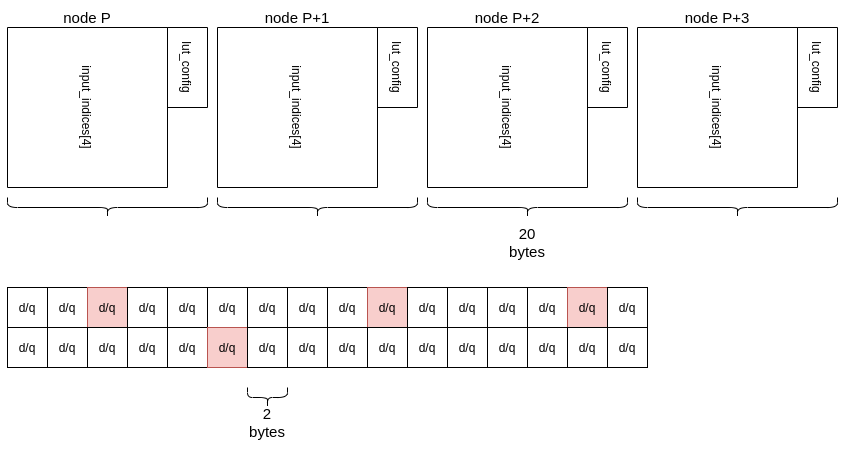
tomverbeure/tomverbeure.github.io keeps this draw.io diagram as assets/cuda_sim/smart_graph_node_allocation.png. Above is the earlier version. Source tidied: cells renumbered, new cells last; positions are measured from the earlier drawing's top-left corner, leaving out a move shared by most shapes. The source it was exported from:
```xml
<mxGraphModel>
  <root>
    <mxCell id="0" />
    <mxCell id="1" parent="0" />
    <mxCell id="2" value="node P" style="text;html=1;strokeColor=none;fillColor=none;align=center;verticalAlign=middle;whiteSpace=wrap;rounded=0;fontSize=15;" parent="1" vertex="1">
      <mxGeometry x="40" width="80" height="20" as="geometry" />
    </mxCell>
    <mxCell id="3" value="node P+1" style="text;html=1;strokeColor=none;fillColor=none;align=center;verticalAlign=middle;whiteSpace=wrap;rounded=0;fontSize=15;" parent="1" vertex="1">
      <mxGeometry x="250" width="80" height="20" as="geometry" />
    </mxCell>
    <mxCell id="4" value="node P+2" style="text;html=1;strokeColor=none;fillColor=none;align=center;verticalAlign=middle;whiteSpace=wrap;rounded=0;fontSize=15;" parent="1" vertex="1">
      <mxGeometry x="460" width="80" height="20" as="geometry" />
    </mxCell>
    <mxCell id="5" value="node P+3" style="text;html=1;strokeColor=none;fillColor=none;align=center;verticalAlign=middle;whiteSpace=wrap;rounded=0;fontSize=15;" parent="1" vertex="1">
      <mxGeometry x="670" width="80" height="20" as="geometry" />
    </mxCell>
    <mxCell id="6" style="shape=curlyBracket;whiteSpace=wrap;html=1;rounded=1;flipH=1;fontSize=15;strokeWidth=1;fillColor=none;rotation=90;" parent="1" vertex="1">
      <mxGeometry x="90" y="100" width="20" height="200" as="geometry" />
    </mxCell>
    <mxCell id="7" value="20 bytes" style="text;html=1;strokeColor=none;fillColor=none;align=center;verticalAlign=middle;whiteSpace=wrap;rounded=0;fontSize=15;" parent="1" vertex="1">
      <mxGeometry x="500" y="220" width="40" height="30" as="geometry" />
    </mxCell>
    <mxCell id="8" style="shape=curlyBracket;whiteSpace=wrap;html=1;rounded=1;flipH=1;fontSize=15;strokeWidth=1;fillColor=none;rotation=90;" parent="1" vertex="1">
      <mxGeometry x="300" y="100" width="20" height="200" as="geometry" />
    </mxCell>
    <mxCell id="9" style="shape=curlyBracket;whiteSpace=wrap;html=1;rounded=1;flipH=1;fontSize=15;strokeWidth=1;fillColor=none;rotation=90;" parent="1" vertex="1">
      <mxGeometry x="510" y="100" width="20" height="200" as="geometry" />
    </mxCell>
    <mxCell id="10" style="shape=curlyBracket;whiteSpace=wrap;html=1;rounded=1;flipH=1;fontSize=15;strokeWidth=1;fillColor=none;rotation=90;" parent="1" vertex="1">
      <mxGeometry x="720" y="100" width="20" height="200" as="geometry" />
    </mxCell>
    <mxCell id="11" value="input_indices[4]" style="rounded=0;whiteSpace=wrap;html=1;fillColor=none;rotation=90;" parent="1" vertex="1">
      <mxGeometry y="20" width="160" height="160" as="geometry" />
    </mxCell>
    <mxCell id="12" value="input_indices[4]" style="rounded=0;whiteSpace=wrap;html=1;fillColor=none;rotation=90;" parent="1" vertex="1">
      <mxGeometry x="210" y="20" width="160" height="160" as="geometry" />
    </mxCell>
    <mxCell id="13" value="input_indices[4]" style="rounded=0;whiteSpace=wrap;html=1;fillColor=none;rotation=90;" parent="1" vertex="1">
      <mxGeometry x="420" y="20" width="160" height="160" as="geometry" />
    </mxCell>
    <mxCell id="14" value="input_indices[4]" style="rounded=0;whiteSpace=wrap;html=1;fillColor=none;rotation=90;" parent="1" vertex="1">
      <mxGeometry x="630" y="20" width="160" height="160" as="geometry" />
    </mxCell>
    <mxCell id="15" value="lut_config" style="rounded=0;whiteSpace=wrap;html=1;fillColor=none;rotation=90;" parent="1" vertex="1">
      <mxGeometry x="140" y="40" width="80" height="40" as="geometry" />
    </mxCell>
    <mxCell id="16" value="d/q" style="rounded=0;whiteSpace=wrap;html=1;rotation=0;" parent="1" vertex="1">
      <mxGeometry y="280" width="40" height="40" as="geometry" />
    </mxCell>
    <mxCell id="17" value="lut_config" style="rounded=0;whiteSpace=wrap;html=1;fillColor=none;rotation=90;" parent="1" vertex="1">
      <mxGeometry x="560" y="40" width="80" height="40" as="geometry" />
    </mxCell>
    <mxCell id="18" value="lut_config" style="rounded=0;whiteSpace=wrap;html=1;fillColor=none;rotation=90;" parent="1" vertex="1">
      <mxGeometry x="770" y="40" width="80" height="40" as="geometry" />
    </mxCell>
    <mxCell id="19" value="lut_config" style="rounded=0;whiteSpace=wrap;html=1;fillColor=none;rotation=90;" parent="1" vertex="1">
      <mxGeometry x="350" y="40" width="80" height="40" as="geometry" />
    </mxCell>
    <mxCell id="20" style="shape=curlyBracket;whiteSpace=wrap;html=1;rounded=1;flipH=1;fontSize=15;strokeWidth=1;fillColor=none;rotation=90;" parent="1" vertex="1">
      <mxGeometry x="250" y="370" width="20" height="40" as="geometry" />
    </mxCell>
    <mxCell id="21" value="2 bytes" style="text;html=1;strokeColor=none;fillColor=none;align=center;verticalAlign=middle;whiteSpace=wrap;rounded=0;fontSize=15;" parent="1" vertex="1">
      <mxGeometry x="240" y="400" width="40" height="30" as="geometry" />
    </mxCell>
    <mxCell id="22" value="d/q" style="rounded=0;whiteSpace=wrap;html=1;rotation=0;" parent="1" vertex="1">
      <mxGeometry x="40" y="280" width="40" height="40" as="geometry" />
    </mxCell>
    <mxCell id="23" value="d/q" style="rounded=0;whiteSpace=wrap;html=1;rotation=0;fillColor=#f8cecc;strokeColor=#b85450;" parent="1" vertex="1">
      <mxGeometry x="80" y="280" width="40" height="40" as="geometry" />
    </mxCell>
    <mxCell id="24" value="d/q" style="rounded=0;whiteSpace=wrap;html=1;rotation=0;" parent="1" vertex="1">
      <mxGeometry x="120" y="280" width="40" height="40" as="geometry" />
    </mxCell>
    <mxCell id="25" value="d/q" style="rounded=0;whiteSpace=wrap;html=1;rotation=0;" parent="1" vertex="1">
      <mxGeometry x="160" y="280" width="40" height="40" as="geometry" />
    </mxCell>
    <mxCell id="26" value="d/q" style="rounded=0;whiteSpace=wrap;html=1;rotation=0;" parent="1" vertex="1">
      <mxGeometry x="200" y="280" width="40" height="40" as="geometry" />
    </mxCell>
    <mxCell id="27" value="d/q" style="rounded=0;whiteSpace=wrap;html=1;rotation=0;" parent="1" vertex="1">
      <mxGeometry x="240" y="280" width="40" height="40" as="geometry" />
    </mxCell>
    <mxCell id="28" value="d/q" style="rounded=0;whiteSpace=wrap;html=1;rotation=0;" parent="1" vertex="1">
      <mxGeometry x="280" y="280" width="40" height="40" as="geometry" />
    </mxCell>
    <mxCell id="29" value="d/q" style="rounded=0;whiteSpace=wrap;html=1;rotation=0;" parent="1" vertex="1">
      <mxGeometry x="320" y="280" width="40" height="40" as="geometry" />
    </mxCell>
    <mxCell id="30" value="d/q" style="rounded=0;whiteSpace=wrap;html=1;rotation=0;fillColor=#f8cecc;strokeColor=#b85450;" parent="1" vertex="1">
      <mxGeometry x="360" y="280" width="40" height="40" as="geometry" />
    </mxCell>
    <mxCell id="31" value="d/q" style="rounded=0;whiteSpace=wrap;html=1;rotation=0;" parent="1" vertex="1">
      <mxGeometry x="400" y="280" width="40" height="40" as="geometry" />
    </mxCell>
    <mxCell id="32" value="d/q" style="rounded=0;whiteSpace=wrap;html=1;rotation=0;" parent="1" vertex="1">
      <mxGeometry x="440" y="280" width="40" height="40" as="geometry" />
    </mxCell>
    <mxCell id="33" value="d/q" style="rounded=0;whiteSpace=wrap;html=1;rotation=0;" parent="1" vertex="1">
      <mxGeometry x="480" y="280" width="40" height="40" as="geometry" />
    </mxCell>
    <mxCell id="34" value="d/q" style="rounded=0;whiteSpace=wrap;html=1;rotation=0;" parent="1" vertex="1">
      <mxGeometry x="520" y="280" width="40" height="40" as="geometry" />
    </mxCell>
    <mxCell id="35" value="d/q" style="rounded=0;whiteSpace=wrap;html=1;rotation=0;fillColor=#f8cecc;strokeColor=#b85450;" parent="1" vertex="1">
      <mxGeometry x="560" y="280" width="40" height="40" as="geometry" />
    </mxCell>
    <mxCell id="36" value="d/q" style="rounded=0;whiteSpace=wrap;html=1;rotation=0;" parent="1" vertex="1">
      <mxGeometry x="600" y="280" width="40" height="40" as="geometry" />
    </mxCell>
    <mxCell id="37" value="d/q" style="rounded=0;whiteSpace=wrap;html=1;rotation=0;" parent="1" vertex="1">
      <mxGeometry y="320" width="40" height="40" as="geometry" />
    </mxCell>
    <mxCell id="38" value="d/q" style="rounded=0;whiteSpace=wrap;html=1;rotation=0;" parent="1" vertex="1">
      <mxGeometry x="40" y="320" width="40" height="40" as="geometry" />
    </mxCell>
    <mxCell id="39" value="d/q" style="rounded=0;whiteSpace=wrap;html=1;rotation=0;" parent="1" vertex="1">
      <mxGeometry x="80" y="320" width="40" height="40" as="geometry" />
    </mxCell>
    <mxCell id="40" value="d/q" style="rounded=0;whiteSpace=wrap;html=1;rotation=0;" parent="1" vertex="1">
      <mxGeometry x="120" y="320" width="40" height="40" as="geometry" />
    </mxCell>
    <mxCell id="41" value="d/q" style="rounded=0;whiteSpace=wrap;html=1;rotation=0;" parent="1" vertex="1">
      <mxGeometry x="160" y="320" width="40" height="40" as="geometry" />
    </mxCell>
    <mxCell id="42" value="d/q" style="rounded=0;whiteSpace=wrap;html=1;rotation=0;fillColor=#f8cecc;strokeColor=#b85450;" parent="1" vertex="1">
      <mxGeometry x="200" y="320" width="40" height="40" as="geometry" />
    </mxCell>
    <mxCell id="43" value="d/q" style="rounded=0;whiteSpace=wrap;html=1;rotation=0;" parent="1" vertex="1">
      <mxGeometry x="240" y="320" width="40" height="40" as="geometry" />
    </mxCell>
    <mxCell id="44" value="d/q" style="rounded=0;whiteSpace=wrap;html=1;rotation=0;" parent="1" vertex="1">
      <mxGeometry x="280" y="320" width="40" height="40" as="geometry" />
    </mxCell>
    <mxCell id="45" value="d/q" style="rounded=0;whiteSpace=wrap;html=1;rotation=0;" parent="1" vertex="1">
      <mxGeometry x="320" y="320" width="40" height="40" as="geometry" />
    </mxCell>
    <mxCell id="46" value="d/q" style="rounded=0;whiteSpace=wrap;html=1;rotation=0;" parent="1" vertex="1">
      <mxGeometry x="360" y="320" width="40" height="40" as="geometry" />
    </mxCell>
    <mxCell id="47" value="d/q" style="rounded=0;whiteSpace=wrap;html=1;rotation=0;" parent="1" vertex="1">
      <mxGeometry x="400" y="320" width="40" height="40" as="geometry" />
    </mxCell>
    <mxCell id="48" value="d/q" style="rounded=0;whiteSpace=wrap;html=1;rotation=0;" parent="1" vertex="1">
      <mxGeometry x="440" y="320" width="40" height="40" as="geometry" />
    </mxCell>
    <mxCell id="49" value="d/q" style="rounded=0;whiteSpace=wrap;html=1;rotation=0;" parent="1" vertex="1">
      <mxGeometry x="480" y="320" width="40" height="40" as="geometry" />
    </mxCell>
    <mxCell id="50" value="d/q" style="rounded=0;whiteSpace=wrap;html=1;rotation=0;" parent="1" vertex="1">
      <mxGeometry x="520" y="320" width="40" height="40" as="geometry" />
    </mxCell>
    <mxCell id="51" value="d/q" style="rounded=0;whiteSpace=wrap;html=1;rotation=0;" parent="1" vertex="1">
      <mxGeometry x="560" y="320" width="40" height="40" as="geometry" />
    </mxCell>
    <mxCell id="52" value="d/q" style="rounded=0;whiteSpace=wrap;html=1;rotation=0;" parent="1" vertex="1">
      <mxGeometry x="600" y="320" width="40" height="40" as="geometry" />
    </mxCell>
  </root>
</mxGraphModel>
```
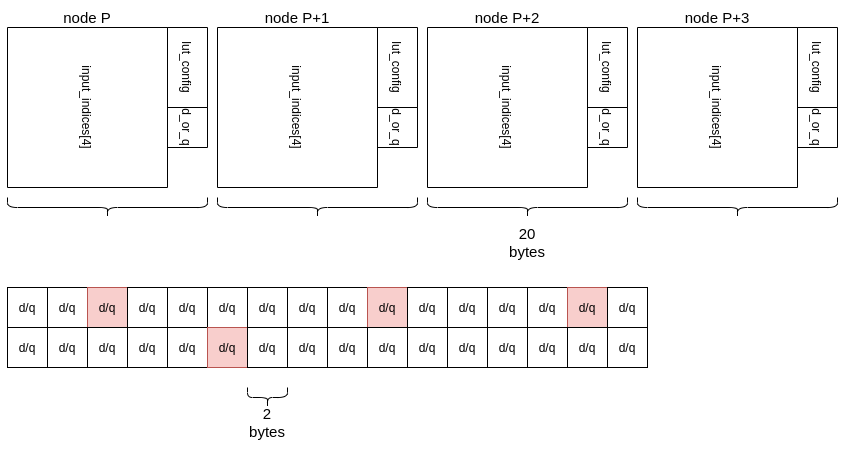
The same file after the commit.

Diff of the diagram source:
```diff
@@ -155,5 +155,17 @@
     <mxCell id="52" value="d/q" style="rounded=0;whiteSpace=wrap;html=1;rotation=0;" parent="1" vertex="1">
       <mxGeometry x="600" y="320" width="40" height="40" as="geometry" />
     </mxCell>
+    <mxCell id="53" value="d_or_q" style="rounded=0;whiteSpace=wrap;html=1;fillColor=none;rotation=90;" parent="1" vertex="1">
+      <mxGeometry x="160" y="100" width="40" height="40" as="geometry" />
+    </mxCell>
+    <mxCell id="54" value="d_or_q" style="rounded=0;whiteSpace=wrap;html=1;fillColor=none;rotation=90;" parent="1" vertex="1">
+      <mxGeometry x="370" y="100" width="40" height="40" as="geometry" />
+    </mxCell>
+    <mxCell id="55" value="d_or_q" style="rounded=0;whiteSpace=wrap;html=1;fillColor=none;rotation=90;" parent="1" vertex="1">
+      <mxGeometry x="580" y="100" width="40" height="40" as="geometry" />
+    </mxCell>
+    <mxCell id="56" value="d_or_q" style="rounded=0;whiteSpace=wrap;html=1;fillColor=none;rotation=90;" parent="1" vertex="1">
+      <mxGeometry x="790" y="100" width="40" height="40" as="geometry" />
+    </mxCell>
   </root>
 </mxGraphModel>
```
